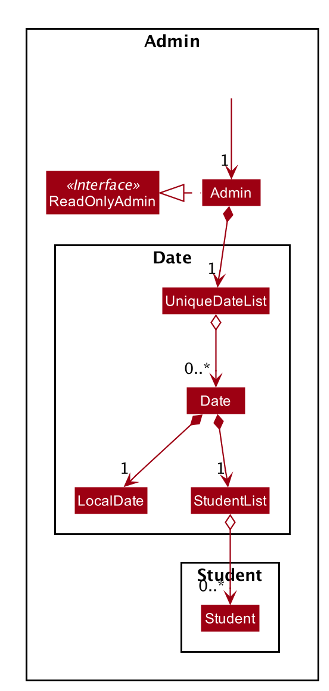
tingalinga/main keeps this PlantUML diagram as docs/images/admin/AdminModelClassDiagram.png. Above is the earlier version. Its source is kept beside it as docs/diagrams/AdminModelClassDiagram.puml. Its diagram source:
```plantuml
@startuml
!include style.puml
skinparam arrowThickness 1.1
skinparam arrowColor MODEL_COLOR
skinparam classBackgroundColor MODEL_COLOR

Package Admin {
Interface ReadOnlyAdmin <<Interface>>
Class Admin
Class ReadOnlyAdmin
Admin .left.|> ReadOnlyAdmin

Package Date  {
Class UniqueDateList
Class Date
Date *--> "1" LocalDate
Date *--> "1" StudentList
}

Package Student {
StudentList o--> "0..*" Student
}

Class HiddenOutside #FFFFFF
HiddenOutside --> "1"  Admin

Admin *--> "1" UniqueDateList
UniqueDateList o--> "0..*" Date

@enduml
```
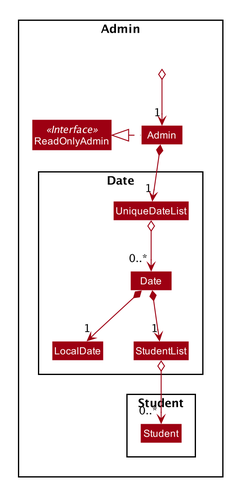
The same diagram one commit later.

What changed in the source:
```diff
@@ -22,7 +22,7 @@
 }
 
 Class HiddenOutside #FFFFFF
-HiddenOutside --> "1"  Admin
+HiddenOutside o--> "1"  Admin
 
 Admin *--> "1" UniqueDateList
 UniqueDateList o--> "0..*" Date
```
